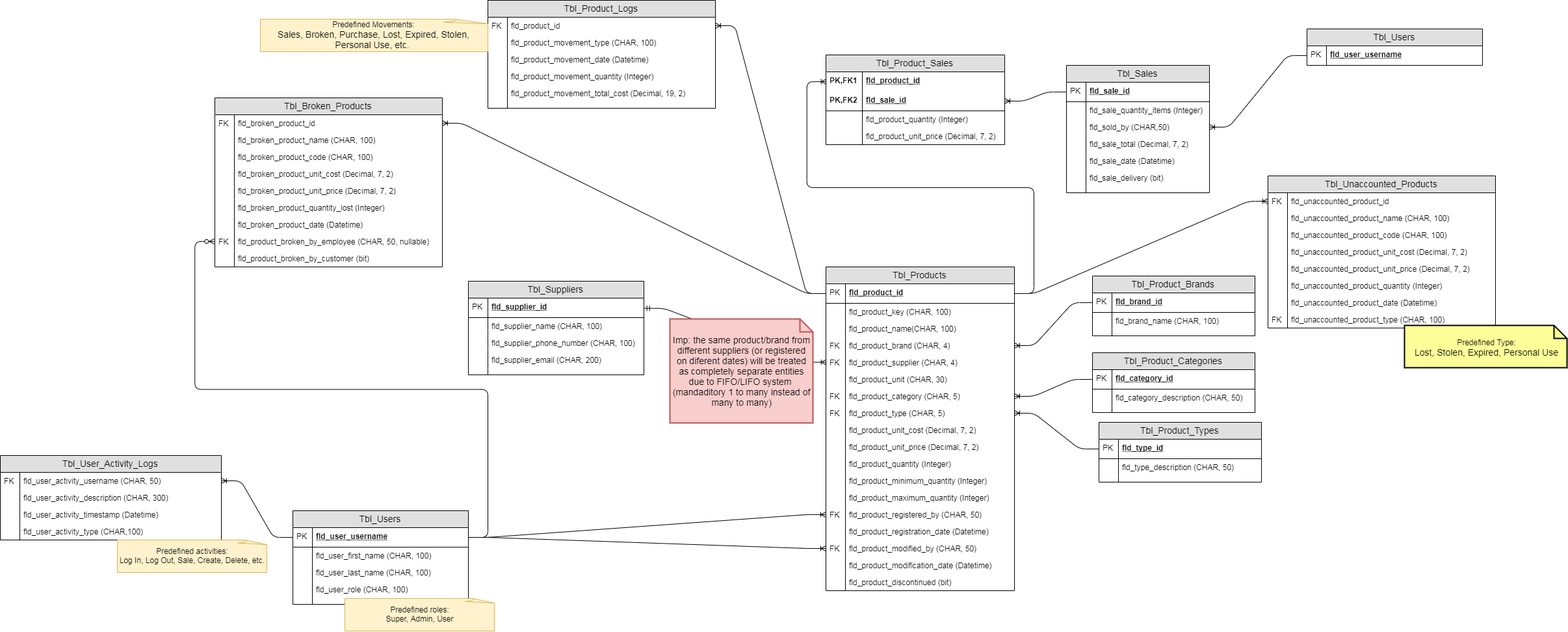
Before: documentation/Entity Diagram.png, a diagram exported from draw.io (Djsiclait/MiniMarketInventoryManagement). Source tidied: cells renumbered, new cells last; positions are measured from the earlier drawing's top-left corner, leaving out a move shared by most shapes.
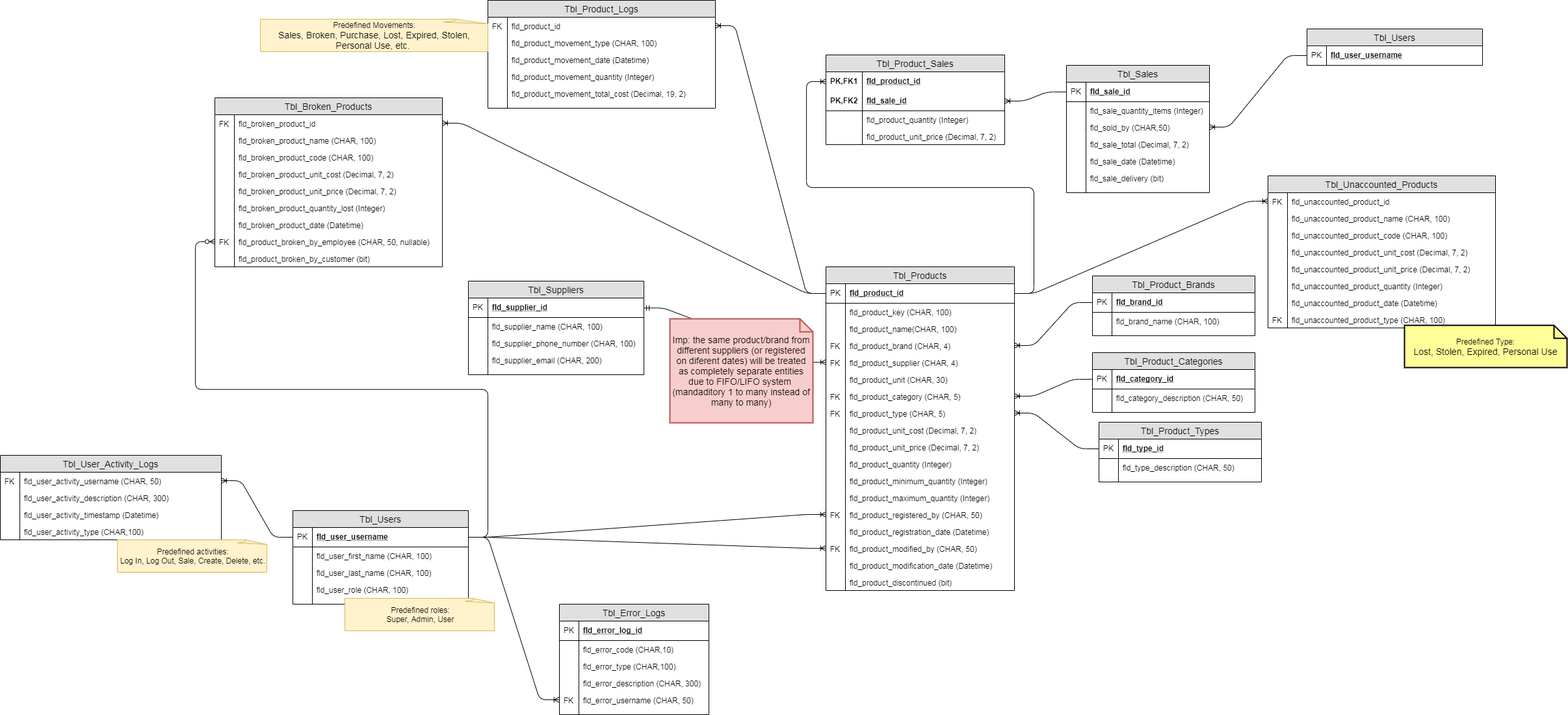
Above is the later version.

Commit message:
Refactor entity diagram to include Error log entity

Change to the diagram source:
```diff
@@ -608,5 +608,47 @@
     <mxCell id="185" value="Predefined Movements:&lt;br&gt;&lt;span style=&quot;font-size: 14px&quot;&gt;Sales, Broken, Purchase, Lost, Expired, Stolen, Personal Use, etc.&amp;nbsp;&lt;/span&gt;" style="whiteSpace=wrap;html=1;shape=mxgraph.basic.document;fillColor=#fff2cc;strokeColor=#d6b656;" parent="1" vertex="1">
       <mxGeometry x="400" y="29" width="350" height="50" as="geometry" />
     </mxCell>
+    <mxCell id="186" value="Tbl_Error_Logs" style="swimlane;fontStyle=0;horizontal=1;startSize=26;fillColor=#e0e0e0;swimlaneFillColor=#ffffff;align=center;fontSize=14;" parent="1" vertex="1">
+      <mxGeometry x="860" y="929" width="230" height="170" as="geometry" />
+    </mxCell>
+    <mxCell id="187" value="fld_error_log_id" style="shape=partialRectangle;top=0;left=0;right=0;bottom=1;align=left;verticalAlign=middle;fillColor=none;spacingLeft=34;spacingRight=4;overflow=hidden;fontStyle=5;fontSize=12;" parent="186" vertex="1">
+      <mxGeometry y="26" width="230" height="30" as="geometry" />
+    </mxCell>
+    <mxCell id="188" value="PK" style="shape=partialRectangle;top=0;left=0;bottom=0;fillColor=none;align=left;verticalAlign=middle;spacingLeft=4;spacingRight=4;overflow=hidden;fontSize=12;" parent="187" vertex="1">
+      <mxGeometry width="30" height="30" as="geometry" />
+    </mxCell>
+    <mxCell id="189" value="fld_error_code (CHAR,10)" style="shape=partialRectangle;top=0;left=0;right=0;bottom=0;align=left;verticalAlign=top;fillColor=none;spacingLeft=34;spacingRight=4;overflow=hidden;fontSize=12;" parent="186" vertex="1">
+      <mxGeometry y="56" width="230" height="26" as="geometry" />
+    </mxCell>
+    <mxCell id="190" style="shape=partialRectangle;top=0;left=0;bottom=0;fillColor=none;align=left;verticalAlign=top;spacingLeft=4;spacingRight=4;overflow=hidden;fontSize=12;" parent="189" vertex="1">
+      <mxGeometry width="30" height="26" as="geometry" />
+    </mxCell>
+    <mxCell id="191" value="fld_error_type (CHAR,100)" style="shape=partialRectangle;top=0;left=0;right=0;bottom=0;align=left;verticalAlign=top;fillColor=none;spacingLeft=34;spacingRight=4;overflow=hidden;fontSize=12;" parent="186" vertex="1">
+      <mxGeometry y="82" width="230" height="26" as="geometry" />
+    </mxCell>
+    <mxCell id="192" style="shape=partialRectangle;top=0;left=0;bottom=0;fillColor=none;align=left;verticalAlign=top;spacingLeft=4;spacingRight=4;overflow=hidden;fontSize=12;" parent="191" vertex="1">
+      <mxGeometry width="30" height="26" as="geometry" />
+    </mxCell>
+    <mxCell id="193" value="fld_error_description (CHAR, 300)" style="shape=partialRectangle;top=0;left=0;right=0;bottom=0;align=left;verticalAlign=top;fillColor=none;spacingLeft=34;spacingRight=4;overflow=hidden;fontSize=12;" parent="186" vertex="1">
+      <mxGeometry y="108" width="230" height="26" as="geometry" />
+    </mxCell>
+    <mxCell id="194" style="shape=partialRectangle;top=0;left=0;bottom=0;fillColor=none;align=left;verticalAlign=top;spacingLeft=4;spacingRight=4;overflow=hidden;fontSize=12;" parent="193" vertex="1">
+      <mxGeometry width="30" height="26" as="geometry" />
+    </mxCell>
+    <mxCell id="195" value="fld_error_username (CHAR, 50)" style="shape=partialRectangle;top=0;left=0;right=0;bottom=0;align=left;verticalAlign=top;fillColor=none;spacingLeft=34;spacingRight=4;overflow=hidden;points=[[0,0.5],[1,0.5]];portConstraint=eastwest;fontSize=12;" parent="186" vertex="1">
+      <mxGeometry y="134" width="230" height="26" as="geometry" />
+    </mxCell>
+    <mxCell id="196" value="FK" style="shape=partialRectangle;top=0;left=0;bottom=0;fillColor=none;align=left;verticalAlign=top;spacingLeft=4;spacingRight=4;overflow=hidden;fontSize=12;" parent="195" vertex="1">
+      <mxGeometry width="30" height="26" as="geometry" />
+    </mxCell>
+    <mxCell id="197" style="shape=partialRectangle;top=0;left=0;right=0;bottom=0;align=left;verticalAlign=top;fillColor=none;spacingLeft=34;spacingRight=4;overflow=hidden;fontSize=12;" parent="186" vertex="1">
+      <mxGeometry y="160" width="230" height="10" as="geometry" />
+    </mxCell>
+    <mxCell id="198" style="shape=partialRectangle;top=0;left=0;bottom=0;fillColor=none;align=left;verticalAlign=top;spacingLeft=4;spacingRight=4;overflow=hidden;fontSize=12;" parent="197" vertex="1">
+      <mxGeometry width="30" height="10" as="geometry" />
+    </mxCell>
+    <mxCell id="199" style="edgeStyle=entityRelationEdgeStyle;fontSize=12;html=1;endArrow=ERoneToMany;entryX=0;entryY=0.5;entryDx=0;entryDy=0;" parent="1" edge="1" source="77" target="195">
+      <mxGeometry relative="1" as="geometry" />
+    </mxCell>
   </root>
 </mxGraphModel>
```
